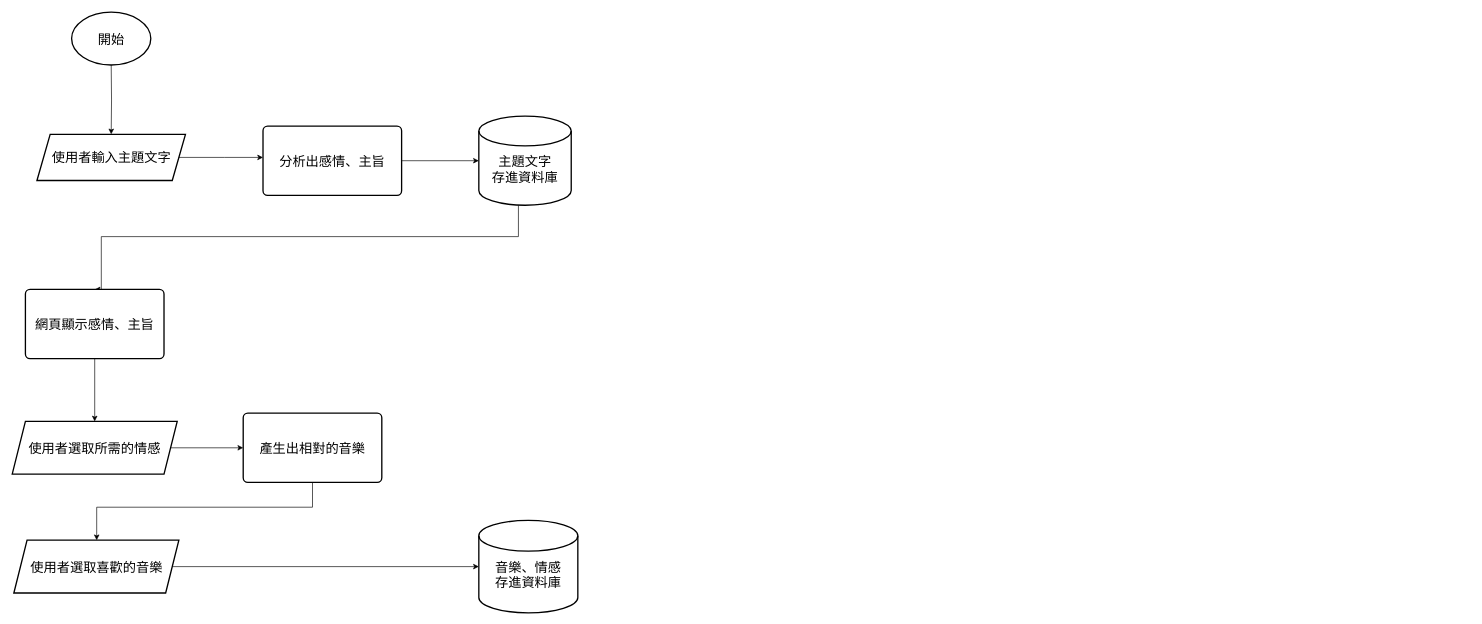
The draw.io diagram 專案流程圖.drawio in storytellerplatform/storyteller_flowchart, before the edit. Source tidied: cells renumbered, new cells numbered last; positions are measured from the earlier drawing's top-left corner, leaving out a move shared by most shapes. Both pictures are drawn from the tidied source at 66%, with x=0, y=0 at pixel (12, 12).
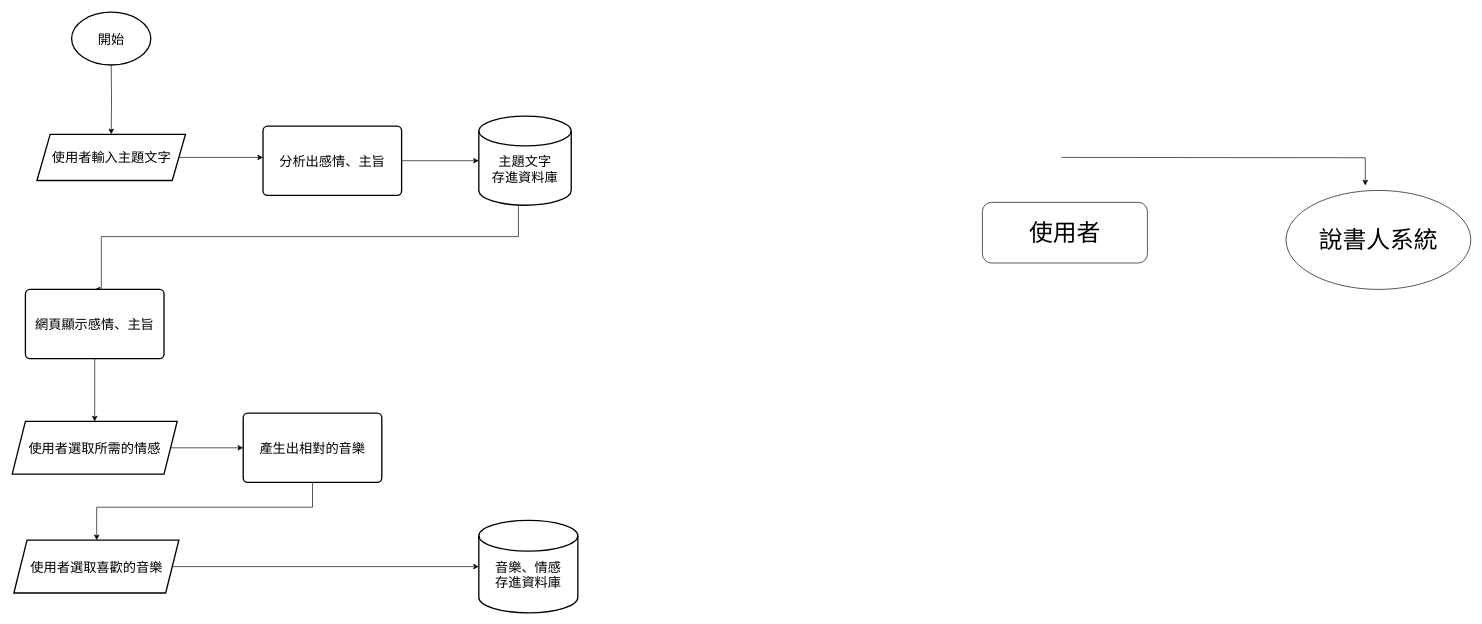
The same page after the edit.

Commit message:
更新專案流程圖.drawio

The edit, as a diff of the source:
```diff
@@
+    <mxCell id="19" value="&lt;font style=&quot;font-size: 36px;&quot;&gt;說書人系統&lt;/font&gt;" style="ellipse;whiteSpace=wrap;html=1;fontSize=36;" parent="1" vertex="1">
+      <mxGeometry x="1930" y="270" width="280" height="150" as="geometry" />
+    </mxCell>
+    <mxCell id="20" value="&lt;font style=&quot;font-size: 36px;&quot;&gt;使用者&lt;/font&gt;" style="rounded=1;whiteSpace=wrap;html=1;fontSize=36;" parent="1" vertex="1">
+      <mxGeometry x="1470" y="288.1" width="250" height="91.9" as="geometry" />
+    </mxCell>
+    <mxCell id="21" style="edgeStyle=orthogonalEdgeStyle;rounded=0;jettySize=auto;html=1;entryX=0.429;entryY=-0.05;entryDx=0;entryDy=0;entryPerimeter=0;" parent="1" edge="1" target="19">
+      <mxGeometry relative="1" as="geometry">
+        <mxPoint x="1590" y="220" as="sourcePoint" />
+      </mxGeometry>
+    </mxCell>
```
